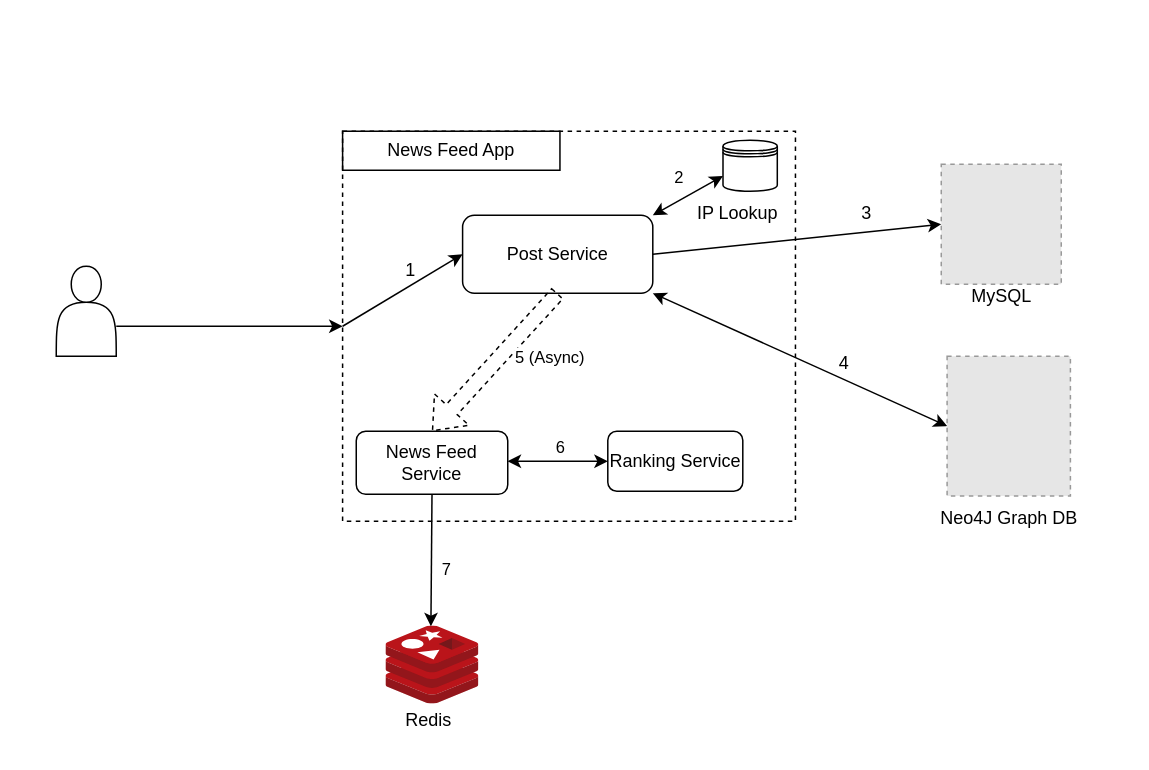
This is page "HLD" (1 of 5) of docs/News-Feed.drawio from JatinDholakia/News-Feed, a draw.io file, before an edit. Source tidied: cells renumbered, new cells numbered last; positions are measured from the earlier drawing's top-left corner, leaving out a move shared by most shapes. Both pictures are drawn from the tidied source at 150%, with x=0, y=0 at pixel (56, 130). Pictures stored in the file or linked from it are replaced by grey dashed boxes.
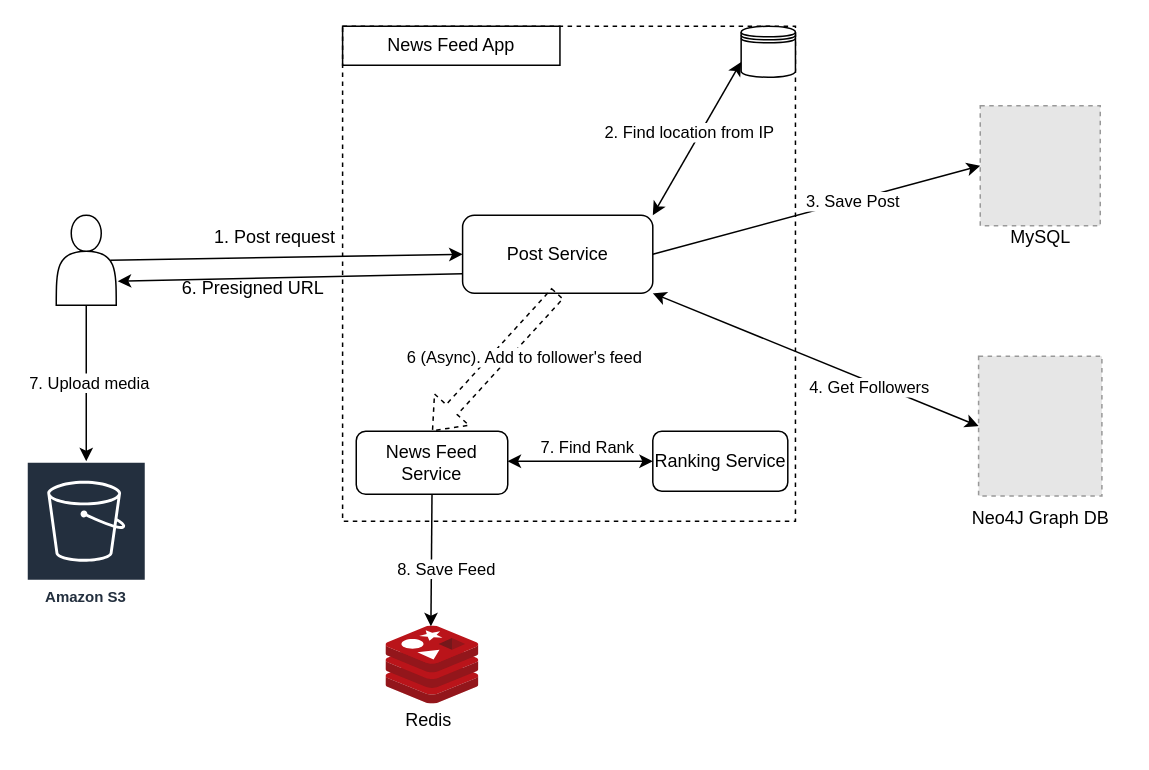
The same diagram, later.

The change refers to these unchanged cells:
```xml
<mxCell id="2" style="group;dashed=1;" parent="1" vertex="1">
  <mxGeometry x="190.9" width="320" height="260" as="geometry" />
</mxCell>
<mxCell id="5" value="Post Service" style="rounded=1;whiteSpace=wrap;html=1;" parent="2" vertex="1">
  <mxGeometry x="80" y="56" width="126.8" height="52" as="geometry" />
</mxCell>
<mxCell id="11" style="shape=flexArrow;endArrow=classic;html=1;rounded=0;exitX=0.5;exitY=1;exitDx=0;exitDy=0;entryX=0.5;entryY=0;entryDx=0;entryDy=0;dashed=1;" parent="2" edge="1" source="5" target="10">
  <mxGeometry relative="1" as="geometry" />
</mxCell>
<mxCell id="14" style="endArrow=classic;startArrow=classic;html=1;rounded=0;entryX=0;entryY=0.5;entryDx=0;entryDy=0;" parent="2" edge="1" target="13">
  <mxGeometry relative="1" as="geometry">
    <mxPoint x="110" y="220" as="sourcePoint" />
  </mxGeometry>
</mxCell>
<mxCell id="25" style="endArrow=classic;html=1;rounded=0;entryX=0;entryY=0.5;entryDx=0;entryDy=0;exitX=1;exitY=0.5;exitDx=0;exitDy=0;" parent="1" edge="1" source="5" target="19">
  <mxGeometry relative="1" as="geometry" />
</mxCell>
<mxCell id="30" style="endArrow=classic;html=1;rounded=0;exitX=0.5;exitY=1;exitDx=0;exitDy=0;entryX=0.481;entryY=0.001;entryDx=0;entryDy=0;entryPerimeter=0;" parent="1" edge="1" source="10" target="28">
  <mxGeometry relative="1" as="geometry" />
</mxCell>
<mxCell id="32" style="endArrow=classic;startArrow=classic;html=1;rounded=0;entryX=0;entryY=0.5;entryDx=0;entryDy=0;exitX=1;exitY=1;exitDx=0;exitDy=0;" parent="1" edge="1" source="5" target="20">
  <mxGeometry relative="1" as="geometry" />
</mxCell>
```

Diff of the diagram source:
```diff
@@
     <mxCell id="3" style="rounded=0;whiteSpace=wrap;html=1;fillColor=none;dashed=1;" parent="2" vertex="1">
-      <mxGeometry width="301.9" height="260" as="geometry" />
+      <mxGeometry y="-70" width="301.9" height="330" as="geometry" />
     </mxCell>
-    <mxCell id="4" value="News Feed App" style="text;html=1;align=center;verticalAlign=middle;whiteSpace=wrap;rounded=0;fillColor=none;strokeColor=default;" parent="2" vertex="1">
-      <mxGeometry width="144.9" height="26" as="geometry" />
-    </mxCell>
@@
-    <mxCell id="6" style="endArrow=classic;html=1;rounded=0;entryX=0;entryY=0.5;entryDx=0;entryDy=0;" parent="2" edge="1" target="5">
-      <mxGeometry relative="1" as="geometry">
-        <mxPoint y="130" as="sourcePoint" />
-      </mxGeometry>
-    </mxCell>
-    <mxCell id="7" value="1" style="text;html=1;align=center;verticalAlign=middle;strokeColor=none;fillColor=none;" parent="2" vertex="1">
-      <mxGeometry x="30" y="78" width="30" height="30" as="geometry" />
-    </mxCell>
-    <mxCell id="8" style="shape=datastore;whiteSpace=wrap;html=1;" parent="2" vertex="1">
-      <mxGeometry x="253.6" y="6" width="36.2" height="34" as="geometry" />
-    </mxCell>
-    <mxCell id="9" value="IP Lookup" style="text;html=1;align=center;verticalAlign=middle;strokeColor=none;fillColor=none;" parent="2" vertex="1">
-      <mxGeometry x="223.4" y="40" width="80" height="30" as="geometry" />
-    </mxCell>
@@
-    <mxCell id="12" value="5 (Async)" style="edgeLabel;html=1;align=center;verticalAlign=middle;" parent="11" vertex="1">
+    <mxCell id="12" value="6 (Async). Add to follower's feed" style="edgeLabel;html=1;align=center;verticalAlign=middle;" parent="11" vertex="1">
       <mxGeometry x="-0.25" y="5" relative="1" as="geometry">
-        <mxPoint x="22" y="4" as="offset" />
+        <mxPoint x="5" y="4" as="offset" />
       </mxGeometry>
     </mxCell>
     <mxCell id="13" value="Ranking Service" style="rounded=1;whiteSpace=wrap;html=1;" parent="2" vertex="1">
-      <mxGeometry x="176.8" y="200" width="90" height="40" as="geometry" />
+      <mxGeometry x="206.8" y="200" width="90" height="40" as="geometry" />
     </mxCell>
@@
-    <mxCell id="15" value="6" style="edgeLabel;html=1;align=center;verticalAlign=middle;" parent="14" vertex="1">
+    <mxCell id="15" value="7. Find Rank" style="edgeLabel;html=1;align=center;verticalAlign=middle;" parent="14" vertex="1">
       <mxGeometry x="0.11" y="1" relative="1" as="geometry">
-        <mxPoint x="-2" y="-9" as="offset" />
+        <mxPoint x="-1" y="-9" as="offset" />
       </mxGeometry>
     </mxCell>
-    <mxCell id="16" style="endArrow=classic;startArrow=classic;html=1;rounded=0;entryX=0;entryY=0.7;entryDx=0;entryDy=0;exitX=1;exitY=0;exitDx=0;exitDy=0;" parent="2" edge="1" source="5" target="8">
-      <mxGeometry relative="1" as="geometry" />
-    </mxCell>
-    <mxCell id="17" value="2" style="edgeLabel;html=1;align=center;verticalAlign=middle;" parent="16" vertex="1">
-      <mxGeometry x="0.11" y="-1" relative="1" as="geometry">
-        <mxPoint x="-10" y="-12" as="offset" />
-      </mxGeometry>
-    </mxCell>
     <mxCell id="18" style="shape=actor;whiteSpace=wrap;html=1;" parent="1" vertex="1">
-      <mxGeometry y="90" width="40" height="60" as="geometry" />
+      <mxGeometry y="56" width="40" height="60" as="geometry" />
     </mxCell>
-    <mxCell id="19" style="fillColor=#E6E6E6;strokeColor=#999999;dashed=1;verticalLabelPosition=bottom;verticalAlign=top;" parent="1" vertex="1">
-      <mxGeometry x="590" y="22" width="80" height="80" as="geometry" />
-    </mxCell>
-    <mxCell id="20" style="fillColor=#E6E6E6;strokeColor=#999999;dashed=1;verticalLabelPosition=bottom;verticalAlign=top;" parent="1" vertex="1">
-      <mxGeometry x="593.9" y="150" width="82.2" height="93.1" as="geometry" />
-    </mxCell>
-    <mxCell id="21" style="endArrow=classic;html=1;rounded=0;entryX=0;entryY=0.5;entryDx=0;entryDy=0;" parent="1" edge="1" target="3">
-      <mxGeometry relative="1" as="geometry">
-        <mxPoint x="40" y="130" as="sourcePoint" />
-      </mxGeometry>
+    <mxCell id="21" style="endArrow=classic;html=1;rounded=0;entryX=0;entryY=0.5;entryDx=0;entryDy=0;exitX=0.9;exitY=0.5;exitDx=0;exitDy=0;exitPerimeter=0;" parent="1" edge="1" source="18" target="5">
+      <mxGeometry relative="1" as="geometry" />
     </mxCell>
-    <mxCell id="22" value="MySQL" style="text;html=1;align=center;verticalAlign=middle;strokeColor=none;fillColor=none;" parent="1" vertex="1">
-      <mxGeometry x="600" y="95" width="60" height="30" as="geometry" />
-    </mxCell>
-    <mxCell id="23" value="Neo4J Graph DB" style="text;html=1;align=center;verticalAlign=middle;strokeColor=none;fillColor=none;" parent="1" vertex="1">
-      <mxGeometry x="580" y="243.1" width="110" height="30" as="geometry" />
-    </mxCell>
-    <mxCell id="24" value="3" style="text;html=1;align=center;verticalAlign=middle;strokeColor=none;fillColor=none;" parent="1" vertex="1">
-      <mxGeometry x="525" y="40" width="30" height="30" as="geometry" />
-    </mxCell>
@@
-    <mxCell id="26" value="4" style="text;html=1;align=center;verticalAlign=middle;strokeColor=none;fillColor=none;" parent="1" vertex="1">
-      <mxGeometry x="510" y="140" width="30" height="30" as="geometry" />
-    </mxCell>
+    <mxCell id="33" value="3. Save Post" style="edgeLabel;html=1;align=center;verticalAlign=middle;" parent="25" vertex="1">
+      <mxGeometry x="0.13" y="2" relative="1" as="geometry">
+        <mxPoint x="10" as="offset" />
+      </mxGeometry>
+    </mxCell>
@@
-    <mxCell id="31" value="7" style="edgeLabel;html=1;align=center;verticalAlign=middle;" parent="30" vertex="1">
+    <mxCell id="31" value="8. Save Feed" style="edgeLabel;html=1;align=center;verticalAlign=middle;" parent="30" vertex="1">
       <mxGeometry x="0.11" y="1" relative="1" as="geometry">
         <mxPoint x="8" as="offset" />
       </mxGeometry>
     </mxCell>
+    <mxCell id="34" style="group;" parent="1" vertex="1">
+      <mxGeometry x="601" y="150" width="110" height="123.1" as="geometry" />
+    </mxCell>
+    <mxCell id="20" style="fillColor=#E6E6E6;strokeColor=#999999;dashed=1;verticalLabelPosition=bottom;verticalAlign=top;" parent="34" vertex="1">
+      <mxGeometry x="13.9" width="82.2" height="93.1" as="geometry" />
+    </mxCell>
+    <mxCell id="23" value="Neo4J Graph DB" style="text;html=1;align=center;verticalAlign=middle;strokeColor=none;fillColor=none;" parent="34" vertex="1">
+      <mxGeometry y="93.1" width="110" height="30" as="geometry" />
+    </mxCell>
+    <mxCell id="35" style="group;" parent="1" vertex="1">
+      <mxGeometry x="616" y="-17" width="80" height="103" as="geometry" />
+    </mxCell>
+    <mxCell id="19" style="fillColor=#E6E6E6;strokeColor=#999999;dashed=1;verticalLabelPosition=bottom;verticalAlign=top;" parent="35" vertex="1">
+      <mxGeometry width="80" height="80" as="geometry" />
+    </mxCell>
+    <mxCell id="22" value="MySQL" style="text;html=1;align=center;verticalAlign=middle;strokeColor=none;fillColor=none;" parent="35" vertex="1">
+      <mxGeometry x="10" y="73" width="60" height="30" as="geometry" />
+    </mxCell>
+    <mxCell id="36" value="Amazon S3" style="sketch=0;outlineConnect=0;fontColor=#232F3E;gradientColor=none;strokeColor=#ffffff;fillColor=#232F3E;dashed=0;verticalLabelPosition=middle;verticalAlign=bottom;align=center;html=1;whiteSpace=wrap;fontSize=10;fontStyle=1;spacing=3;shape=mxgraph.aws4.productIcon;prIcon=mxgraph.aws4.s3;" parent="1" vertex="1">
+      <mxGeometry x="-20" y="220" width="80" height="100" as="geometry" />
+    </mxCell>
+    <mxCell id="4" value="News Feed App" style="text;html=1;align=center;verticalAlign=middle;whiteSpace=wrap;rounded=0;fillColor=none;strokeColor=default;" parent="1" vertex="1">
+      <mxGeometry x="190.9" y="-70" width="144.9" height="26" as="geometry" />
+    </mxCell>
+    <mxCell id="8" style="shape=datastore;whiteSpace=wrap;html=1;" parent="1" vertex="1">
+      <mxGeometry x="456.6" y="-70" width="36.2" height="34" as="geometry" />
+    </mxCell>
+    <mxCell id="16" style="endArrow=classic;startArrow=classic;html=1;rounded=0;entryX=0;entryY=0.7;entryDx=0;entryDy=0;exitX=1;exitY=0;exitDx=0;exitDy=0;" parent="1" edge="1" source="5" target="8">
+      <mxGeometry relative="1" as="geometry" />
+    </mxCell>
+    <mxCell id="17" value="2. Find location from IP" style="edgeLabel;html=1;align=center;verticalAlign=middle;" parent="16" vertex="1">
+      <mxGeometry x="0.11" y="-1" relative="1" as="geometry">
+        <mxPoint x="-10" as="offset" />
+      </mxGeometry>
+    </mxCell>
@@
+    <mxCell id="37" value="4. Get Followers" style="edgeLabel;html=1;align=center;verticalAlign=middle;" parent="32" vertex="1">
+      <mxGeometry x="0.13" relative="1" as="geometry">
+        <mxPoint x="21" y="12" as="offset" />
+      </mxGeometry>
+    </mxCell>
+    <mxCell id="38" value="1. Post request" style="text;html=1;align=center;verticalAlign=middle;whiteSpace=wrap;rounded=0;" parent="1" vertex="1">
+      <mxGeometry x="100.9" y="56" width="90" height="30" as="geometry" />
+    </mxCell>
+    <mxCell id="39" style="endArrow=classic;html=1;rounded=0;exitX=0.5;exitY=1;exitDx=0;exitDy=0;" parent="1" edge="1" source="18" target="36">
+      <mxGeometry relative="1" as="geometry" />
+    </mxCell>
+    <mxCell id="40" value="7. Upload media" style="edgeLabel;html=1;align=center;verticalAlign=middle;" parent="39" vertex="1">
+      <mxGeometry x="-0.02" y="1" relative="1" as="geometry" />
+    </mxCell>
+    <mxCell id="41" style="endArrow=classic;html=1;rounded=0;exitX=0;exitY=0.75;exitDx=0;exitDy=0;" parent="1" edge="1" source="5">
+      <mxGeometry relative="1" as="geometry">
+        <mxPoint x="41" y="100" as="targetPoint" />
+      </mxGeometry>
+    </mxCell>
+    <mxCell id="42" value="6. Presigned URL" style="text;html=1;align=center;verticalAlign=middle;strokeColor=none;fillColor=none;" parent="1" vertex="1">
+      <mxGeometry x="71" y="90" width="120" height="30" as="geometry" />
+    </mxCell>
```
